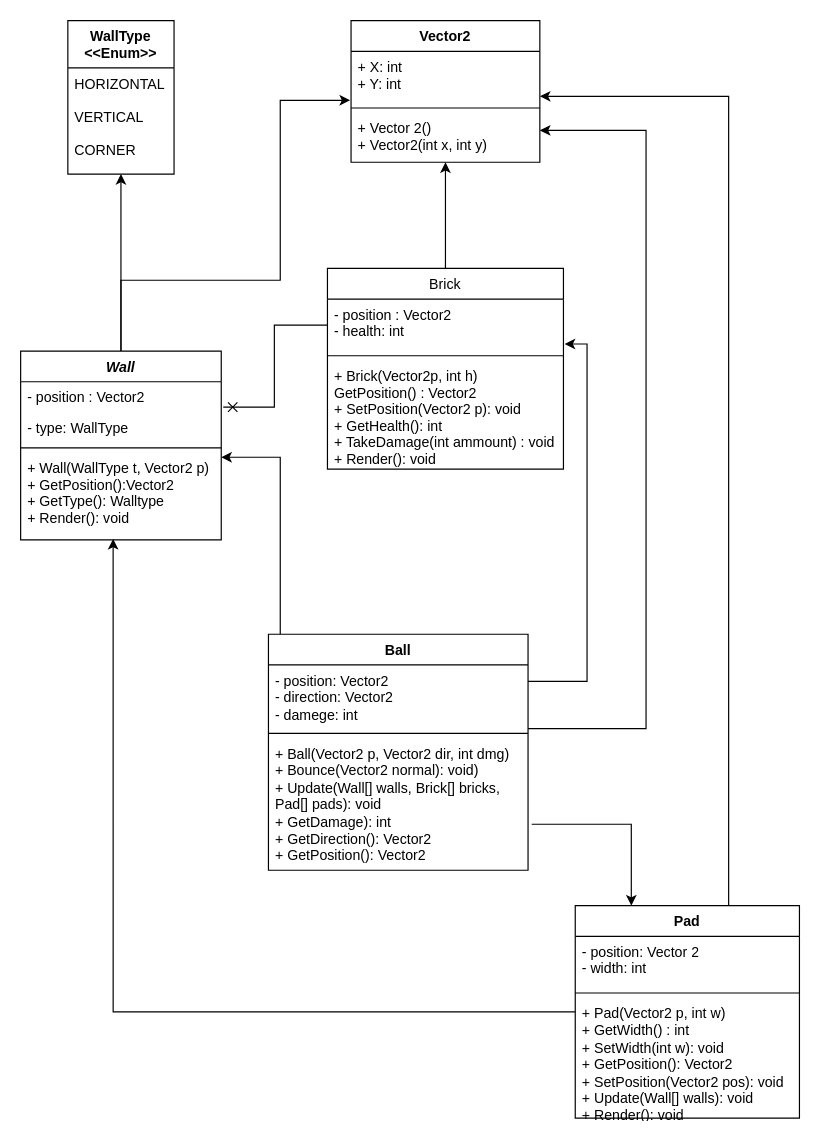
Above: UML_Breakout (O).drawio in alejandroenti/M03UF4_Breakout_10 (draw.io), before the change. Source tidied: cells renumbered, new cells numbered last; positions are measured from the earlier drawing's top-left corner, leaving out a move shared by most shapes. Both pictures are drawn from the tidied source at 118%, with x=0, y=0 at pixel (20, 20).
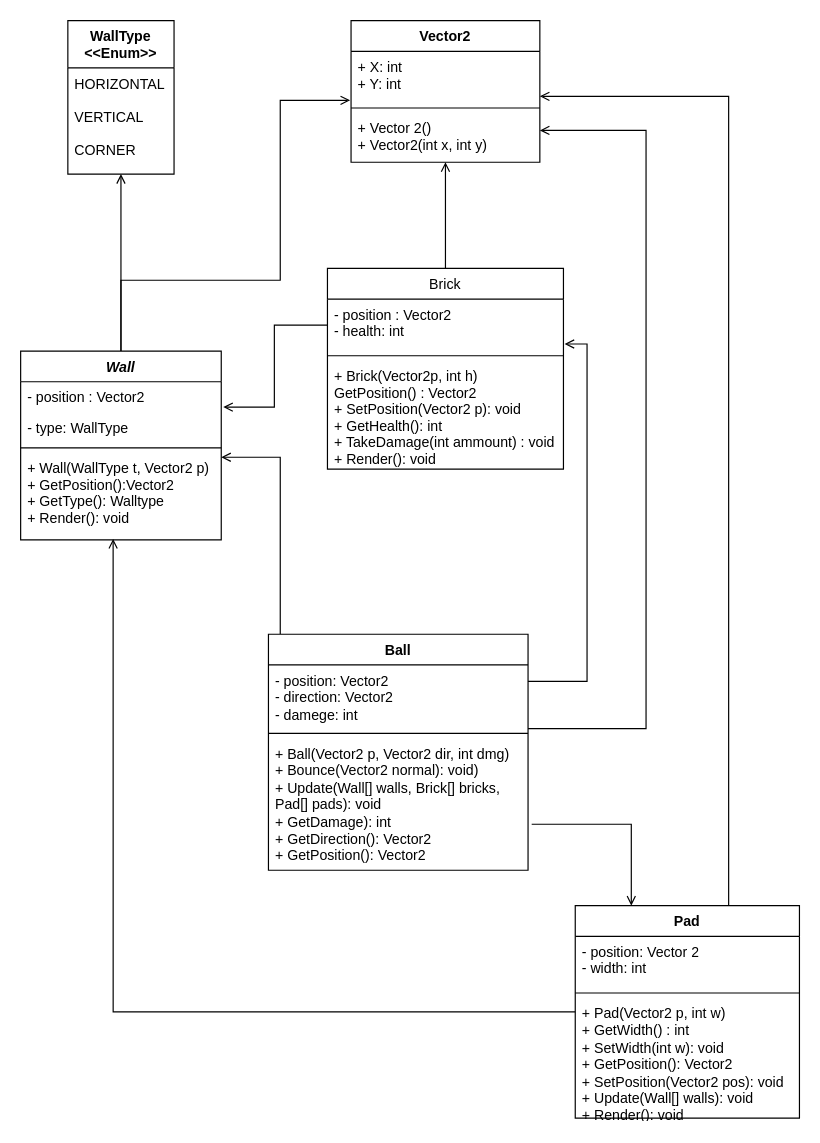
After the change.

Commit message:
Solvimng UML arrows error

Unchanged cells that the change refers to:
```xml
<mxCell id="4" value="Wall" style="swimlane;fontStyle=3;align=center;verticalAlign=top;horizontal=1;startSize=26;rounded=0;shadow=0;strokeWidth=1;" parent="1" vertex="1">
  <mxGeometry y="280" width="170" height="160" as="geometry" />
</mxCell>
<mxCell id="5" value="- position : Vector2" style="text;align=left;verticalAlign=top;spacingLeft=4;spacingRight=4;overflow=hidden;points=[[0,0.5],[1,0.5]];portConstraint=eastwest;" parent="4" vertex="1">
  <mxGeometry y="26" width="170" height="26" as="geometry" />
</mxCell>
<mxCell id="8" value="+ Wall(WallType t, Vector2 p)&#10;+ GetPosition():Vector2&#10;+ GetType(): Walltype&#10;+ Render(): void" style="text;align=left;verticalAlign=top;spacingLeft=4;spacingRight=4;overflow=hidden;points=[[0,0.5],[1,0.5]];portConstraint=eastwest;" parent="4" vertex="1">
  <mxGeometry y="86" width="170" height="74" as="geometry" />
</mxCell>
<mxCell id="10" value="+ X: int&#10;+ Y: int" style="text;align=left;verticalAlign=top;spacingLeft=4;spacingRight=4;overflow=hidden;points=[[0,0.5],[1,0.5]];portConstraint=eastwest;" parent="9" vertex="1">
  <mxGeometry y="26" width="160" height="44" as="geometry" />
</mxCell>
<mxCell id="12" value="+ Vector 2()&#10;+ Vector2(int x, int y)" style="text;align=left;verticalAlign=top;spacingLeft=4;spacingRight=4;overflow=hidden;points=[[0,0.5],[1,0.5]];portConstraint=eastwest;" parent="9" vertex="1">
  <mxGeometry y="78" width="160" height="42" as="geometry" />
</mxCell>
<mxCell id="13" value="WallType&#10;&lt;&lt;Enum&gt;&gt;" style="swimlane;fontStyle=1;align=center;verticalAlign=top;horizontal=1;startSize=40;rounded=0;shadow=0;strokeWidth=1;" parent="1" vertex="1">
  <mxGeometry x="40" width="90" height="130" as="geometry" />
</mxCell>
<mxCell id="16" value="Brick" style="swimlane;fontStyle=0;align=center;verticalAlign=top;horizontal=1;startSize=26;rounded=0;shadow=0;strokeWidth=1;" parent="1" vertex="1">
  <mxGeometry x="260" y="210" width="200" height="170" as="geometry" />
</mxCell>
<mxCell id="17" value="- position : Vector2&#10;- health: int" style="text;align=left;verticalAlign=top;spacingLeft=4;spacingRight=4;overflow=hidden;points=[[0,0.5],[1,0.5]];portConstraint=eastwest;" parent="16" vertex="1">
  <mxGeometry y="26" width="200" height="44" as="geometry" />
</mxCell>
<mxCell id="22" value="Pad" style="swimlane;fontStyle=1;align=center;verticalAlign=top;horizontal=1;startSize=26;whiteSpace=wrap;html=1;" parent="1" vertex="1">
  <mxGeometry x="470" y="750" width="190" height="180" as="geometry" />
</mxCell>
<mxCell id="29" value="Ball" style="swimlane;fontStyle=1;align=center;verticalAlign=top;horizontal=1;startSize=26;whiteSpace=wrap;html=1;" parent="1" vertex="1">
  <mxGeometry x="210" y="520" width="220" height="200" as="geometry" />
</mxCell>
<mxCell id="30" value="- position: Vector2&lt;br&gt;- direction: Vector2&lt;br&gt;- damege: int" style="text;strokeColor=none;fillColor=none;align=left;verticalAlign=top;spacingLeft=4;spacingRight=4;overflow=hidden;points=[[0,0.5],[1,0.5]];portConstraint=eastwest;whiteSpace=wrap;html=1;" parent="29" vertex="1">
  <mxGeometry y="26" width="220" height="54" as="geometry" />
</mxCell>
<mxCell id="32" value="+ Ball(Vector2 p, Vector2 dir, int dmg)&lt;br&gt;+ Bounce(Vector2 normal): void)&amp;nbsp;&lt;br&gt;+ Update(Wall[] walls, Brick[] bricks, Pad[] pads): void&lt;br&gt;+ GetDamage): int&lt;br&gt;+ GetDirection(): Vector2&lt;br&gt;+ GetPosition(): Vector2" style="text;strokeColor=none;fillColor=none;align=left;verticalAlign=top;spacingLeft=4;spacingRight=4;overflow=hidden;points=[[0,0.5],[1,0.5]];portConstraint=eastwest;whiteSpace=wrap;html=1;" parent="29" vertex="1">
  <mxGeometry y="88" width="220" height="112" as="geometry" />
</mxCell>
```

The edit, as a diff of the source:
```diff
@@
-    <mxCell id="2" style="edgeStyle=orthogonalEdgeStyle;rounded=0;jettySize=auto;html=1;entryX=0.5;entryY=1;entryDx=0;entryDy=0;" parent="1" edge="1" source="4" target="13">
+    <mxCell id="2" style="edgeStyle=orthogonalEdgeStyle;rounded=0;jettySize=auto;html=1;entryX=0.5;entryY=1;entryDx=0;entryDy=0;endArrow=open;endFill=0;" parent="1" edge="1" source="4" target="13">
       <mxGeometry relative="1" as="geometry" />
     </mxCell>
-    <mxCell id="3" style="edgeStyle=orthogonalEdgeStyle;rounded=0;jettySize=auto;html=1;entryX=-0.005;entryY=0.943;entryDx=0;entryDy=0;exitX=0.5;exitY=0;exitDx=0;exitDy=0;entryPerimeter=0;" parent="1" edge="1" source="4" target="10">
+    <mxCell id="3" style="edgeStyle=orthogonalEdgeStyle;rounded=0;jettySize=auto;html=1;entryX=-0.005;entryY=0.943;entryDx=0;entryDy=0;exitX=0.5;exitY=0;exitDx=0;exitDy=0;entryPerimeter=0;endArrow=open;endFill=0;" parent="1" edge="1" source="4" target="10">
       <mxGeometry relative="1" as="geometry">
         <Array as="points">
           <mxPoint x="85" y="220" />
           <mxPoint x="220" y="220" />
           <mxPoint x="220" y="68" />
         </Array>
       </mxGeometry>
     </mxCell>
@@
-    <mxCell id="15" style="edgeStyle=orthogonalEdgeStyle;rounded=0;jettySize=auto;html=1;entryX=0.5;entryY=1;entryDx=0;entryDy=0;entryPerimeter=0;exitX=0.5;exitY=0;exitDx=0;exitDy=0;" parent="1" edge="1" source="16" target="12">
+    <mxCell id="15" style="edgeStyle=orthogonalEdgeStyle;rounded=0;jettySize=auto;html=1;entryX=0.5;entryY=1;entryDx=0;entryDy=0;entryPerimeter=0;exitX=0.5;exitY=0;exitDx=0;exitDy=0;endArrow=open;endFill=0;" parent="1" edge="1" source="16" target="12">
       <mxGeometry relative="1" as="geometry" />
     </mxCell>
@@
-    <mxCell id="20" style="edgeStyle=orthogonalEdgeStyle;rounded=0;jettySize=auto;html=1;entryX=1;entryY=0.867;entryDx=0;entryDy=0;entryPerimeter=0;" parent="1" edge="1" source="22" target="10">
+    <mxCell id="20" style="edgeStyle=orthogonalEdgeStyle;rounded=0;jettySize=auto;html=1;entryX=1;entryY=0.867;entryDx=0;entryDy=0;entryPerimeter=0;endArrow=open;endFill=0;" parent="1" edge="1" source="22" target="10">
       <mxGeometry relative="1" as="geometry">
         <Array as="points">
           <mxPoint x="600" y="64" />
         </Array>
       </mxGeometry>
     </mxCell>
-    <mxCell id="21" style="edgeStyle=orthogonalEdgeStyle;rounded=0;jettySize=auto;html=1;entryX=0.461;entryY=0.989;entryDx=0;entryDy=0;entryPerimeter=0;" parent="1" edge="1" source="22" target="8">
+    <mxCell id="21" style="edgeStyle=orthogonalEdgeStyle;rounded=0;jettySize=auto;html=1;entryX=0.461;entryY=0.989;entryDx=0;entryDy=0;entryPerimeter=0;endArrow=open;endFill=0;" parent="1" edge="1" source="22" target="8">
       <mxGeometry relative="1" as="geometry">
         <Array as="points">
           <mxPoint x="78" y="840" />
         </Array>
       </mxGeometry>
     </mxCell>
@@
-    <mxCell id="26" style="edgeStyle=orthogonalEdgeStyle;rounded=0;jettySize=auto;html=1;entryX=1.01;entryY=0.827;entryDx=0;entryDy=0;entryPerimeter=0;endArrow=cross;endFill=0;" parent="1" edge="1" source="17" target="5">
+    <mxCell id="26" style="edgeStyle=orthogonalEdgeStyle;rounded=0;jettySize=auto;html=1;entryX=1.01;entryY=0.827;entryDx=0;entryDy=0;entryPerimeter=0;endArrow=open;endFill=0;" parent="1" edge="1" source="17" target="5">
       <mxGeometry relative="1" as="geometry">
         <Array as="points">
           <mxPoint x="215" y="258" />
           <mxPoint x="215" y="327" />
         </Array>
       </mxGeometry>
     </mxCell>
-    <mxCell id="27" style="edgeStyle=orthogonalEdgeStyle;rounded=0;jettySize=auto;html=1;" parent="1" edge="1" source="29">
+    <mxCell id="27" style="edgeStyle=orthogonalEdgeStyle;rounded=0;jettySize=auto;html=1;endArrow=open;endFill=0;" parent="1" edge="1" source="29">
       <mxGeometry relative="1" as="geometry">
         <mxPoint x="170" y="370" as="targetPoint" />
         <Array as="points">
           <mxPoint x="220" y="370" />
           <mxPoint x="170" y="370" />
         </Array>
       </mxGeometry>
     </mxCell>
-    <mxCell id="28" style="edgeStyle=orthogonalEdgeStyle;rounded=0;jettySize=auto;html=1;entryX=1.005;entryY=0.864;entryDx=0;entryDy=0;entryPerimeter=0;" parent="1" edge="1" source="29" target="17">
+    <mxCell id="28" style="edgeStyle=orthogonalEdgeStyle;rounded=0;jettySize=auto;html=1;entryX=1.005;entryY=0.864;entryDx=0;entryDy=0;entryPerimeter=0;endArrow=open;endFill=0;" parent="1" edge="1" source="29" target="17">
       <mxGeometry relative="1" as="geometry">
         <Array as="points">
           <mxPoint x="480" y="560" />
           <mxPoint x="480" y="274" />
         </Array>
       </mxGeometry>
     </mxCell>
@@
-    <mxCell id="33" style="edgeStyle=orthogonalEdgeStyle;rounded=0;jettySize=auto;html=1;entryX=0.25;entryY=0;entryDx=0;entryDy=0;exitX=1.014;exitY=0.652;exitDx=0;exitDy=0;exitPerimeter=0;" parent="1" edge="1" source="32" target="22">
+    <mxCell id="33" style="edgeStyle=orthogonalEdgeStyle;rounded=0;jettySize=auto;html=1;entryX=0.25;entryY=0;entryDx=0;entryDy=0;exitX=1.014;exitY=0.652;exitDx=0;exitDy=0;exitPerimeter=0;endArrow=open;endFill=0;" parent="1" edge="1" source="32" target="22">
       <mxGeometry relative="1" as="geometry" />
     </mxCell>
-    <mxCell id="34" style="edgeStyle=orthogonalEdgeStyle;rounded=0;jettySize=auto;html=1;entryX=1;entryY=0.357;entryDx=0;entryDy=0;entryPerimeter=0;" parent="1" edge="1" source="30" target="12">
+    <mxCell id="34" style="edgeStyle=orthogonalEdgeStyle;rounded=0;jettySize=auto;html=1;entryX=1;entryY=0.357;entryDx=0;entryDy=0;entryPerimeter=0;endArrow=open;endFill=0;" parent="1" edge="1" source="30" target="12">
       <mxGeometry relative="1" as="geometry">
         <Array as="points">
           <mxPoint x="530" y="600" />
           <mxPoint x="530" y="93" />
         </Array>
       </mxGeometry>
     </mxCell>
```
